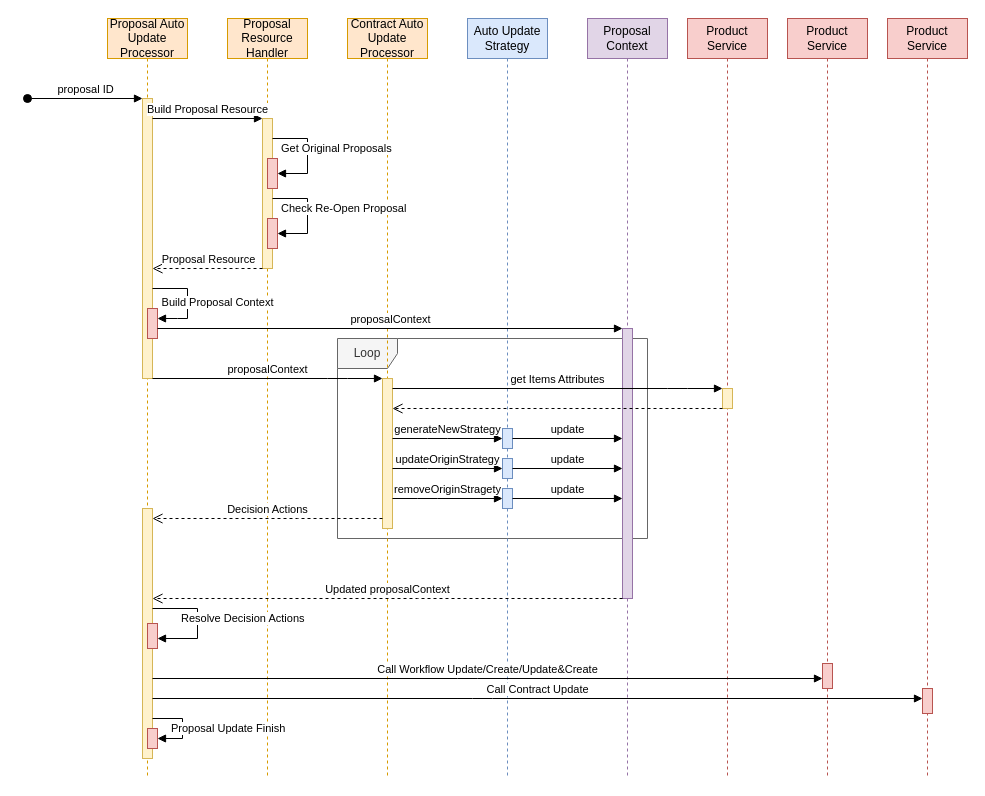
Earlier version of the draw.io diagram Proposal Update Entry Sequence Diagram.drawio (dajin-kingland/UMLdiagrams). Source tidied: cells renumbered, new cells numbered last; positions are measured from the earlier drawing's top-left corner, leaving out a move shared by most shapes. Both pictures are drawn from the tidied source at 100%, with x=0, y=0 at pixel (27, 18).
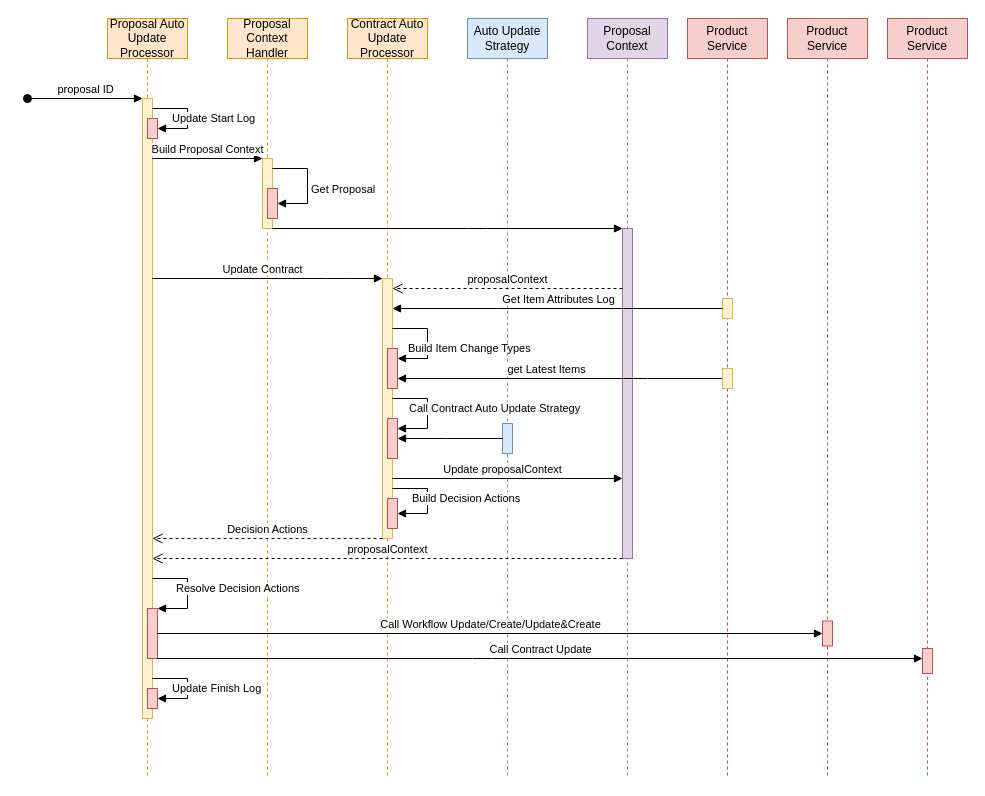
Above is the later version.

The change refers to these unchanged cells:
```xml
<mxCell id="3" value="&lt;font style=&quot;font-size: 12px&quot;&gt;Proposal Auto Update Processor&lt;/font&gt;" style="shape=umlLifeline;perimeter=lifelinePerimeter;whiteSpace=wrap;html=1;fillColor=#ffe6cc;strokeColor=#d79b00;" parent="1" vertex="1">
  <mxGeometry x="80" width="80" height="760" as="geometry" />
</mxCell>
<mxCell id="10" value="&lt;font style=&quot;font-size: 12px&quot;&gt;Product Service&lt;/font&gt;" style="shape=umlLifeline;perimeter=lifelinePerimeter;whiteSpace=wrap;html=1;fillColor=#f8cecc;strokeColor=#b85450;" parent="1" vertex="1">
  <mxGeometry x="660" width="80" height="760" as="geometry" />
</mxCell>
<mxCell id="15" value="&lt;font style=&quot;font-size: 12px&quot;&gt;Contract Auto Update Processor&lt;/font&gt;" style="shape=umlLifeline;perimeter=lifelinePerimeter;whiteSpace=wrap;html=1;fillColor=#ffe6cc;strokeColor=#d79b00;" parent="1" vertex="1">
  <mxGeometry x="320" width="80" height="760" as="geometry" />
</mxCell>
<mxCell id="17" value="Auto Update Strategy" style="shape=umlLifeline;perimeter=lifelinePerimeter;whiteSpace=wrap;html=1;fillColor=#dae8fc;strokeColor=#6c8ebf;" parent="1" vertex="1">
  <mxGeometry x="440" width="80" height="760" as="geometry" />
</mxCell>
<mxCell id="26" value="Proposal&lt;br&gt;Context" style="shape=umlLifeline;perimeter=lifelinePerimeter;whiteSpace=wrap;html=1;fillColor=#e1d5e7;strokeColor=#9673a6;" parent="1" vertex="1">
  <mxGeometry x="560" width="80" height="760" as="geometry" />
</mxCell>
<mxCell id="40" value="&lt;font style=&quot;font-size: 12px&quot;&gt;Product Service&lt;/font&gt;" style="shape=umlLifeline;perimeter=lifelinePerimeter;whiteSpace=wrap;html=1;fillColor=#f8cecc;strokeColor=#b85450;" parent="1" vertex="1">
  <mxGeometry x="760" width="80" height="760" as="geometry" />
</mxCell>
```

Diff of the diagram source:
```diff
@@
-    <mxCell id="2" value="Loop" style="shape=umlFrame;whiteSpace=wrap;html=1;fillColor=#f5f5f5;strokeColor=#666666;fontColor=#333333;strokeWidth=1;" parent="1" vertex="1">
-      <mxGeometry x="310" y="320" width="310" height="200" as="geometry" />
-    </mxCell>
@@
     <mxCell id="4" style="html=1;points=[];perimeter=orthogonalPerimeter;fillColor=#fff2cc;strokeColor=#d6b656;" parent="3" vertex="1">
-      <mxGeometry x="35" y="80" width="10" height="280" as="geometry" />
+      <mxGeometry x="35" y="80" width="10" height="620" as="geometry" />
     </mxCell>
@@
-    <mxCell id="6" style="html=1;points=[];perimeter=orthogonalPerimeter;fillColor=#fff2cc;strokeColor=#d6b656;" parent="3" vertex="1">
-      <mxGeometry x="35" y="490" width="10" height="250" as="geometry" />
-    </mxCell>
-    <mxCell id="7" value="&lt;font style=&quot;font-size: 12px&quot;&gt;Proposal &lt;br&gt;Resource Handler&lt;/font&gt;" style="shape=umlLifeline;perimeter=lifelinePerimeter;whiteSpace=wrap;html=1;fillColor=#ffe6cc;strokeColor=#d79b00;" parent="1" vertex="1">
+    <mxCell id="7" value="&lt;font style=&quot;font-size: 12px&quot;&gt;Proposal &lt;br&gt;Context&lt;br&gt;Handler&lt;/font&gt;" style="shape=umlLifeline;perimeter=lifelinePerimeter;whiteSpace=wrap;html=1;fillColor=#ffe6cc;strokeColor=#d79b00;" parent="1" vertex="1">
       <mxGeometry x="200" width="80" height="760" as="geometry" />
     </mxCell>
     <mxCell id="8" style="html=1;points=[];perimeter=orthogonalPerimeter;fillColor=#fff2cc;strokeColor=#d6b656;" parent="7" vertex="1">
-      <mxGeometry x="35" y="100" width="10" height="150" as="geometry" />
+      <mxGeometry x="35" y="140" width="10" height="70" as="geometry" />
     </mxCell>
-    <mxCell id="9" value="Build Proposal Resource" style="html=1;verticalAlign=bottom;endArrow=block;entryX=0;entryY=0;" parent="1" edge="1" source="4" target="8">
-      <mxGeometry relative="1" as="geometry" />
+    <mxCell id="9" value="Build Proposal Context" style="html=1;verticalAlign=bottom;endArrow=block;entryX=0;entryY=0;" parent="1" edge="1" target="8">
+      <mxGeometry relative="1" as="geometry">
+        <mxPoint x="125" y="140" as="sourcePoint" />
+      </mxGeometry>
     </mxCell>
@@
     <mxCell id="11" style="html=1;points=[];perimeter=orthogonalPerimeter;fillColor=#fff2cc;strokeColor=#d6b656;" parent="10" vertex="1">
-      <mxGeometry x="35" y="370" width="10" height="20" as="geometry" />
+      <mxGeometry x="35" y="280" width="10" height="20" as="geometry" />
     </mxCell>
-    <mxCell id="12" style="html=1;verticalAlign=bottom;endArrow=open;dashed=1;endSize=8;" parent="1" edge="1" source="8" target="4">
-      <mxGeometry relative="1" as="geometry">
-        <Array as="points">
-          <mxPoint x="200" y="250" />
-        </Array>
-      </mxGeometry>
-    </mxCell>
-    <mxCell id="13" value="Proposal Resource" style="edgeLabel;html=1;align=center;verticalAlign=middle;" parent="12" vertex="1">
-      <mxGeometry x="0.29" y="2" relative="1" as="geometry">
-        <mxPoint x="16" y="-12" as="offset" />
-      </mxGeometry>
-    </mxCell>
-    <mxCell id="14" value="Build Proposal Context" style="html=1;verticalAlign=bottom;endArrow=block;rounded=0;" parent="1" edge="1" source="4" target="24">
-      <mxGeometry x="0.22" y="30" relative="1" as="geometry">
-        <Array as="points">
-          <mxPoint x="160" y="270" />
-          <mxPoint x="160" y="300" />
-          <mxPoint x="150" y="300" />
-        </Array>
-      </mxGeometry>
-    </mxCell>
@@
     <mxCell id="16" style="html=1;points=[];perimeter=orthogonalPerimeter;fillColor=#fff2cc;strokeColor=#d6b656;" parent="15" vertex="1">
-      <mxGeometry x="35" y="360" width="10" height="150" as="geometry" />
+      <mxGeometry x="35" y="260" width="10" height="260" as="geometry" />
     </mxCell>
+    <mxCell id="50" style="html=1;points=[];perimeter=orthogonalPerimeter;fillColor=#f8cecc;strokeColor=#b85450;" parent="15" vertex="1">
+      <mxGeometry x="40" y="330" width="10" height="40" as="geometry" />
+    </mxCell>
+    <mxCell id="51" value="Build Item Change Types" style="edgeStyle=orthogonalEdgeStyle;html=1;align=left;spacingLeft=2;endArrow=block;rounded=0;" parent="15" edge="1" source="16" target="50">
+      <mxGeometry x="0.85" y="-10" relative="1" as="geometry">
+        <Array as="points">
+          <mxPoint x="80" y="310" />
+          <mxPoint x="80" y="340" />
+        </Array>
+      </mxGeometry>
+    </mxCell>
@@
-    <mxCell id="18" style="html=1;points=[];perimeter=orthogonalPerimeter;fillColor=#dae8fc;strokeColor=#6c8ebf;" parent="17" vertex="1">
-      <mxGeometry x="35" y="410" width="10" height="20" as="geometry" />
-    </mxCell>
+    <mxCell id="52" style="html=1;points=[];perimeter=orthogonalPerimeter;fillColor=#dae8fc;strokeColor=#6c8ebf;" parent="17" vertex="1">
+      <mxGeometry x="35" y="405" width="10" height="30" as="geometry" />
+    </mxCell>
     <mxCell id="19" style="html=1;points=[];perimeter=orthogonalPerimeter;fillColor=#f8cecc;strokeColor=#b85450;" parent="1" vertex="1">
-      <mxGeometry x="240" y="140" width="10" height="30" as="geometry" />
+      <mxGeometry x="240" y="170" width="10" height="30" as="geometry" />
     </mxCell>
-    <mxCell id="20" value="Get Original Proposals" style="edgeStyle=orthogonalEdgeStyle;html=1;align=left;spacingLeft=2;endArrow=block;rounded=0;" parent="1" edge="1" source="8" target="19">
-      <mxGeometry x="-0.89" y="-10" relative="1" as="geometry">
+    <mxCell id="20" value="Get Proposal" style="edgeStyle=orthogonalEdgeStyle;html=1;align=left;spacingLeft=2;endArrow=block;rounded=0;" parent="1" edge="1" source="8" target="19">
+      <mxGeometry x="0.12" relative="1" as="geometry">
         <Array as="points">
-          <mxPoint x="280" y="120" />
-          <mxPoint x="280" y="155" />
+          <mxPoint x="280" y="150" />
+          <mxPoint x="280" y="185" />
         </Array>
       </mxGeometry>
     </mxCell>
-    <mxCell id="21" style="html=1;points=[];perimeter=orthogonalPerimeter;fillColor=#f8cecc;strokeColor=#b85450;" parent="1" vertex="1">
-      <mxGeometry x="240" y="200" width="10" height="30" as="geometry" />
-    </mxCell>
-    <mxCell id="22" value="Check Re-Open Proposal" style="edgeStyle=orthogonalEdgeStyle;html=1;align=left;spacingLeft=2;endArrow=block;rounded=0;" parent="1" edge="1" target="21">
-      <mxGeometry x="-0.9" y="-10" relative="1" as="geometry">
-        <mxPoint x="245" y="180" as="sourcePoint" />
-        <Array as="points">
-          <mxPoint x="280" y="180" />
-          <mxPoint x="280" y="215" />
-        </Array>
-      </mxGeometry>
-    </mxCell>
-    <mxCell id="23" value="proposalContext" style="html=1;verticalAlign=bottom;endArrow=block;" parent="1" edge="1" source="4" target="16">
+    <mxCell id="23" style="html=1;verticalAlign=bottom;endArrow=block;" parent="1" edge="1" source="4" target="16">
       <mxGeometry relative="1" as="geometry">
         <Array as="points">
-          <mxPoint x="310" y="360" />
+          <mxPoint x="310" y="260" />
         </Array>
       </mxGeometry>
     </mxCell>
-    <mxCell id="24" style="html=1;points=[];perimeter=orthogonalPerimeter;fillColor=#f8cecc;strokeColor=#b85450;" parent="1" vertex="1">
-      <mxGeometry x="120" y="290" width="10" height="30" as="geometry" />
-    </mxCell>
+    <mxCell id="53" value="Update Contract" style="edgeLabel;html=1;align=center;verticalAlign=middle;" parent="23" vertex="1">
+      <mxGeometry x="-0.39" y="-1" relative="1" as="geometry">
+        <mxPoint x="39" y="-11" as="offset" />
+      </mxGeometry>
+    </mxCell>
-    <mxCell id="25" value="Decision Actions" style="html=1;verticalAlign=bottom;endArrow=open;dashed=1;endSize=8;" parent="1" edge="1" source="16" target="6">
+    <mxCell id="25" value="Decision Actions" style="html=1;verticalAlign=bottom;endArrow=open;dashed=1;endSize=8;" parent="1" edge="1" source="16">
       <mxGeometry relative="1" as="geometry">
+        <mxPoint x="125" y="520" as="targetPoint" />
         <Array as="points">
-          <mxPoint x="280" y="500" />
+          <mxPoint x="280" y="520" />
         </Array>
       </mxGeometry>
     </mxCell>
@@
     <mxCell id="27" style="html=1;points=[];perimeter=orthogonalPerimeter;fillColor=#e1d5e7;strokeColor=#9673a6;" parent="26" vertex="1">
-      <mxGeometry x="35" y="310" width="10" height="270" as="geometry" />
+      <mxGeometry x="35" y="210" width="10" height="330" as="geometry" />
     </mxCell>
-    <mxCell id="28" value="proposalContext" style="html=1;verticalAlign=bottom;endArrow=block;" parent="1" edge="1" source="24" target="27">
-      <mxGeometry relative="1" as="geometry" />
-    </mxCell>
-    <mxCell id="29" value="update" style="html=1;verticalAlign=bottom;endArrow=block;" parent="1" edge="1" source="18" target="27">
-      <mxGeometry relative="1" as="geometry" />
-    </mxCell>
-    <mxCell id="30" style="html=1;points=[];perimeter=orthogonalPerimeter;fillColor=#dae8fc;strokeColor=#6c8ebf;" parent="1" vertex="1">
-      <mxGeometry x="475" y="440" width="10" height="20" as="geometry" />
-    </mxCell>
-    <mxCell id="31" value="update" style="html=1;verticalAlign=bottom;endArrow=block;" parent="1" edge="1" source="30" target="27">
-      <mxGeometry relative="1" as="geometry" />
-    </mxCell>
-    <mxCell id="32" style="html=1;points=[];perimeter=orthogonalPerimeter;fillColor=#dae8fc;strokeColor=#6c8ebf;" parent="1" vertex="1">
-      <mxGeometry x="475" y="470" width="10" height="20" as="geometry" />
-    </mxCell>
-    <mxCell id="33" value="update" style="html=1;verticalAlign=bottom;endArrow=block;" parent="1" edge="1" source="32" target="27">
-      <mxGeometry relative="1" as="geometry" />
-    </mxCell>
-    <mxCell id="34" value="generateNewStrategy" style="html=1;verticalAlign=bottom;endArrow=block;" parent="1" edge="1" source="16" target="18">
-      <mxGeometry relative="1" as="geometry">
-        <Array as="points">
-          <mxPoint x="410" y="420" />
-        </Array>
-      </mxGeometry>
-    </mxCell>
-    <mxCell id="35" value="updateOriginStrategy" style="html=1;verticalAlign=bottom;endArrow=block;" parent="1" edge="1" source="16" target="30">
-      <mxGeometry relative="1" as="geometry">
-        <Array as="points">
-          <mxPoint x="410" y="450" />
-        </Array>
-      </mxGeometry>
-    </mxCell>
-    <mxCell id="36" value="removeOriginStragety" style="html=1;verticalAlign=bottom;endArrow=block;" parent="1" edge="1" source="16" target="32">
-      <mxGeometry relative="1" as="geometry">
-        <Array as="points">
-          <mxPoint x="400" y="480" />
-        </Array>
-      </mxGeometry>
-    </mxCell>
-    <mxCell id="37" value="Updated proposalContext" style="html=1;verticalAlign=bottom;endArrow=open;dashed=1;endSize=8;" parent="1" edge="1" target="6">
+    <mxCell id="37" value="proposalContext" style="html=1;verticalAlign=bottom;endArrow=open;dashed=1;endSize=8;" parent="1" edge="1" source="27" target="4">
       <mxGeometry relative="1" as="geometry">
-        <mxPoint x="595" y="580" as="sourcePoint" />
         <Array as="points">
-          <mxPoint x="400" y="580" />
+          <mxPoint x="400" y="540" />
         </Array>
       </mxGeometry>
     </mxCell>
-    <mxCell id="38" value="get Items Attributes" style="html=1;verticalAlign=bottom;endArrow=block;" parent="1" edge="1" source="16" target="11">
-      <mxGeometry relative="1" as="geometry">
-        <Array as="points">
-          <mxPoint x="650" y="370" />
-        </Array>
-      </mxGeometry>
-    </mxCell>
-    <mxCell id="39" style="html=1;verticalAlign=bottom;endArrow=open;dashed=1;endSize=8;" parent="1" edge="1" source="11" target="16">
-      <mxGeometry relative="1" as="geometry">
-        <Array as="points">
-          <mxPoint x="510" y="390" />
-        </Array>
-      </mxGeometry>
-    </mxCell>
@@
     <mxCell id="41" style="html=1;points=[];perimeter=orthogonalPerimeter;fillColor=#f8cecc;strokeColor=#b85450;" parent="40" vertex="1">
-      <mxGeometry x="35" y="645" width="10" height="25" as="geometry" />
+      <mxGeometry x="35" y="602.5" width="10" height="25" as="geometry" />
     </mxCell>
@@
     <mxCell id="43" style="html=1;points=[];perimeter=orthogonalPerimeter;fillColor=#f8cecc;strokeColor=#b85450;" parent="1" vertex="1">
-      <mxGeometry x="120" y="605" width="10" height="25" as="geometry" />
+      <mxGeometry x="120" y="590" width="10" height="50" as="geometry" />
     </mxCell>
-    <mxCell id="44" value="Resolve Decision Actions" style="edgeStyle=orthogonalEdgeStyle;html=1;align=left;spacingLeft=2;endArrow=block;rounded=0;" parent="1" edge="1" source="6" target="43">
+    <mxCell id="44" value="Resolve Decision Actions" style="edgeStyle=orthogonalEdgeStyle;html=1;align=left;spacingLeft=2;endArrow=block;rounded=0;" parent="1" edge="1" source="4" target="43">
       <mxGeometry x="-0.57" y="-10" relative="1" as="geometry">
         <Array as="points">
-          <mxPoint x="170" y="590" />
-          <mxPoint x="170" y="620" />
+          <mxPoint x="160" y="560" />
+          <mxPoint x="160" y="590" />
         </Array>
       </mxGeometry>
     </mxCell>
-    <mxCell id="45" value="Call Workflow Update/Create/Update&amp;amp;Create" style="html=1;verticalAlign=bottom;endArrow=block;" parent="1" edge="1" source="6" target="41">
-      <mxGeometry relative="1" as="geometry">
-        <Array as="points">
-          <mxPoint x="440" y="660" />
-        </Array>
-      </mxGeometry>
+    <mxCell id="45" value="Call Workflow Update/Create/Update&amp;amp;Create" style="html=1;verticalAlign=bottom;endArrow=block;" parent="1" edge="1" source="43" target="41">
+      <mxGeometry relative="1" as="geometry" />
     </mxCell>
     <mxCell id="46" style="html=1;points=[];perimeter=orthogonalPerimeter;fillColor=#f8cecc;strokeColor=#b85450;" parent="1" vertex="1">
-      <mxGeometry x="895" y="670" width="10" height="25" as="geometry" />
+      <mxGeometry x="895" y="630" width="10" height="25" as="geometry" />
     </mxCell>
-    <mxCell id="47" value="Call Contract Update" style="html=1;verticalAlign=bottom;endArrow=block;" parent="1" edge="1" source="6" target="46">
+    <mxCell id="47" value="Call Contract Update" style="html=1;verticalAlign=bottom;endArrow=block;" parent="1" edge="1" source="43" target="46">
       <mxGeometry relative="1" as="geometry">
         <Array as="points">
-          <mxPoint x="455" y="680" />
+          <mxPoint x="455" y="640" />
         </Array>
       </mxGeometry>
     </mxCell>
     <mxCell id="48" style="html=1;points=[];perimeter=orthogonalPerimeter;fillColor=#f8cecc;strokeColor=#b85450;" parent="1" vertex="1">
-      <mxGeometry x="120" y="710" width="10" height="20" as="geometry" />
+      <mxGeometry x="120" y="670" width="10" height="20" as="geometry" />
     </mxCell>
-    <mxCell id="49" value="Proposal Update Finish" style="edgeStyle=orthogonalEdgeStyle;html=1;align=left;spacingLeft=2;endArrow=block;rounded=0;" parent="1" edge="1" source="6" target="48">
+    <mxCell id="49" value="Update Finish Log" style="edgeStyle=orthogonalEdgeStyle;html=1;align=left;spacingLeft=2;endArrow=block;rounded=0;" parent="1" edge="1" source="4" target="48">
       <mxGeometry x="0.73" y="-10" relative="1" as="geometry">
         <Array as="points">
-          <mxPoint x="155" y="700" />
-          <mxPoint x="155" y="720" />
+          <mxPoint x="160" y="660" />
+          <mxPoint x="160" y="680" />
+          <mxPoint x="125" y="680" />
         </Array>
       </mxGeometry>
     </mxCell>
+    <mxCell id="54" style="html=1;verticalAlign=bottom;endArrow=block;" parent="1" edge="1" source="8">
+      <mxGeometry relative="1" as="geometry">
+        <mxPoint x="595" y="210" as="targetPoint" />
+        <Array as="points">
+          <mxPoint x="450" y="210" />
+        </Array>
+      </mxGeometry>
+    </mxCell>
+    <mxCell id="55" style="html=1;points=[];perimeter=orthogonalPerimeter;fillColor=#f8cecc;strokeColor=#b85450;" parent="1" vertex="1">
+      <mxGeometry x="120" y="100" width="10" height="20" as="geometry" />
+    </mxCell>
+    <mxCell id="56" value="Update Start Log" style="edgeStyle=orthogonalEdgeStyle;html=1;align=left;spacingLeft=2;endArrow=block;rounded=0;" parent="1" edge="1" target="55">
+      <mxGeometry x="0.73" y="-10" relative="1" as="geometry">
+        <mxPoint x="125" y="90" as="sourcePoint" />
+        <Array as="points">
+          <mxPoint x="160" y="90" />
+          <mxPoint x="160" y="110" />
+        </Array>
+      </mxGeometry>
+    </mxCell>
+    <mxCell id="28" value="proposalContext" style="html=1;verticalAlign=bottom;endArrow=open;dashed=1;endSize=8;" parent="1" edge="1" source="27" target="16">
+      <mxGeometry relative="1" as="geometry">
+        <Array as="points">
+          <mxPoint x="440" y="270" />
+        </Array>
+      </mxGeometry>
+    </mxCell>
+    <mxCell id="57" style="edgeStyle=orthogonalEdgeStyle;rounded=0;jettySize=auto;html=1;endArrow=block;endFill=1;" parent="1" edge="1" source="59" target="50">
+      <mxGeometry relative="1" as="geometry">
+        <Array as="points">
+          <mxPoint x="620" y="360" />
+          <mxPoint x="620" y="360" />
+        </Array>
+      </mxGeometry>
+    </mxCell>
+    <mxCell id="58" value="get Latest Items" style="edgeLabel;html=1;align=center;verticalAlign=middle;" parent="57" vertex="1">
+      <mxGeometry x="0.13" y="-1" relative="1" as="geometry">
+        <mxPoint x="7" y="-9" as="offset" />
+      </mxGeometry>
+    </mxCell>
+    <mxCell id="59" style="html=1;points=[];perimeter=orthogonalPerimeter;fillColor=#fff2cc;strokeColor=#d6b656;" parent="1" vertex="1">
+      <mxGeometry x="695" y="350" width="10" height="20" as="geometry" />
+    </mxCell>
+    <mxCell id="39" style="edgeStyle=orthogonalEdgeStyle;rounded=0;jettySize=auto;html=1;endArrow=block;endFill=1;" parent="1" edge="1" source="11" target="16">
+      <mxGeometry relative="1" as="geometry">
+        <Array as="points">
+          <mxPoint x="470" y="290" />
+          <mxPoint x="470" y="290" />
+        </Array>
+      </mxGeometry>
+    </mxCell>
+    <mxCell id="60" value="Get Item Attributes Log" style="edgeLabel;html=1;align=center;verticalAlign=middle;" parent="39" vertex="1">
+      <mxGeometry x="-0.09" y="-1" relative="1" as="geometry">
+        <mxPoint x="-15" y="-9" as="offset" />
+      </mxGeometry>
+    </mxCell>
+    <mxCell id="61" style="html=1;points=[];perimeter=orthogonalPerimeter;fillColor=#f8cecc;strokeColor=#b85450;" parent="1" vertex="1">
+      <mxGeometry x="360" y="400" width="10" height="40" as="geometry" />
+    </mxCell>
+    <mxCell id="62" value="Call Contract Auto Update Strategy" style="edgeStyle=orthogonalEdgeStyle;html=1;align=left;spacingLeft=2;endArrow=block;rounded=0;" parent="1" edge="1" source="16" target="61">
+      <mxGeometry x="-0.72" y="-10" relative="1" as="geometry">
+        <Array as="points">
+          <mxPoint x="400" y="380" />
+          <mxPoint x="400" y="410" />
+        </Array>
+      </mxGeometry>
+    </mxCell>
+    <mxCell id="63" style="edgeStyle=orthogonalEdgeStyle;rounded=0;jettySize=auto;html=1;endArrow=block;endFill=1;" parent="1" edge="1" source="52" target="61">
+      <mxGeometry relative="1" as="geometry">
+        <Array as="points">
+          <mxPoint x="420" y="420" />
+          <mxPoint x="420" y="420" />
+        </Array>
+      </mxGeometry>
+    </mxCell>
+    <mxCell id="64" style="html=1;verticalAlign=bottom;endArrow=block;" parent="1" edge="1" source="16" target="27">
+      <mxGeometry relative="1" as="geometry">
+        <Array as="points">
+          <mxPoint x="520" y="460" />
+        </Array>
+      </mxGeometry>
+    </mxCell>
+    <mxCell id="65" value="Update proposalContext" style="edgeLabel;html=1;align=center;verticalAlign=middle;" parent="64" vertex="1">
+      <mxGeometry x="-0.39" y="-1" relative="1" as="geometry">
+        <mxPoint x="39" y="-11" as="offset" />
+      </mxGeometry>
+    </mxCell>
+    <mxCell id="66" style="html=1;points=[];perimeter=orthogonalPerimeter;fillColor=#f8cecc;strokeColor=#b85450;" parent="1" vertex="1">
+      <mxGeometry x="360" y="480" width="10" height="30" as="geometry" />
+    </mxCell>
+    <mxCell id="67" value="Build Decision Actions" style="edgeStyle=orthogonalEdgeStyle;html=1;align=left;spacingLeft=2;endArrow=block;rounded=0;" parent="1" edge="1" source="16" target="66">
+      <mxGeometry x="-0.65" y="-10" relative="1" as="geometry">
+        <Array as="points">
+          <mxPoint x="400" y="470" />
+          <mxPoint x="400" y="495" />
+        </Array>
+      </mxGeometry>
+    </mxCell>
```
